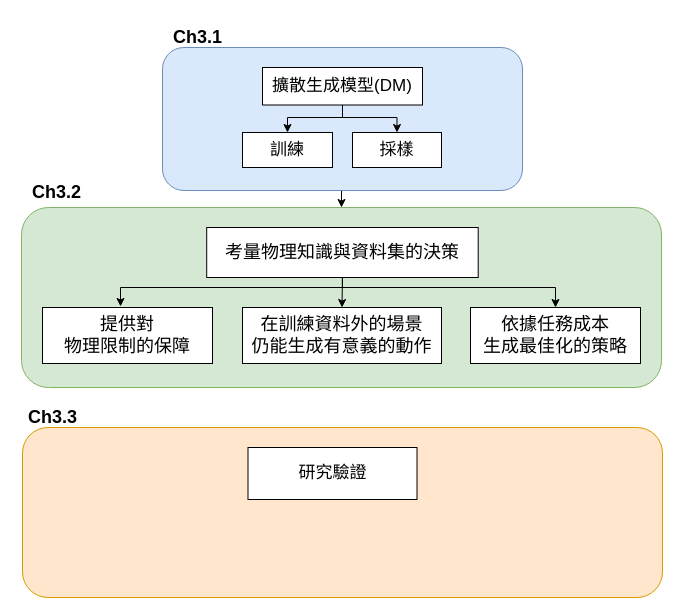
IanHuangYH/Paper_Submission_Chart keeps this draw.io diagram as Untitled Diagram.drawio. Above is the earlier version. Source tidied: cells renumbered, new cells numbered last; positions are measured from the earlier drawing's top-left corner, leaving out a move shared by most shapes. Both pictures are drawn from the tidied source at 100%, with x=0, y=0 at pixel (17, 17).
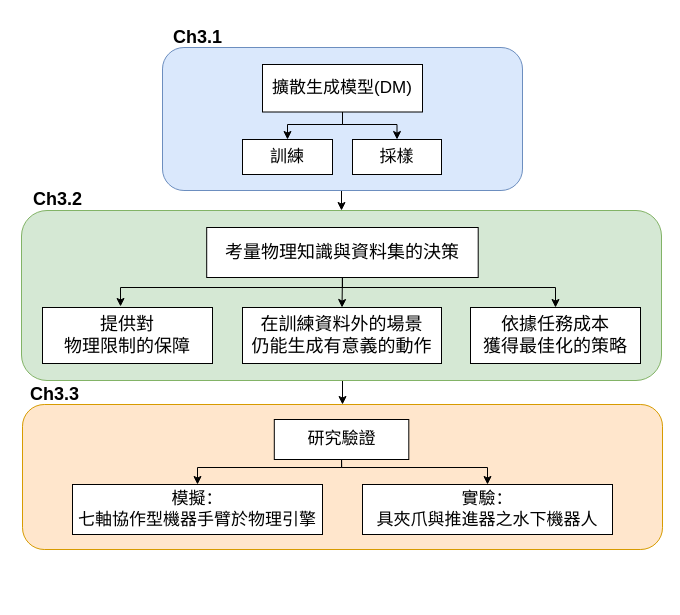
The same page after the edit.

Change to the diagram source:
```diff
@@
     <mxCell id="2" value="&lt;h3&gt;&lt;br&gt;&lt;/h3&gt;" style="rounded=1;whiteSpace=wrap;html=1;fillColor=#ffe6cc;strokeColor=#d79b00;align=left;" parent="1" vertex="1">
-      <mxGeometry x="5" y="410" width="640" height="170" as="geometry" />
+      <mxGeometry x="5" y="387" width="640" height="145" as="geometry" />
     </mxCell>
@@
     <mxCell id="5" style="edgeStyle=orthogonalEdgeStyle;rounded=0;jettySize=auto;html=1;exitX=0.5;exitY=1;exitDx=0;exitDy=0;entryX=0.5;entryY=0;entryDx=0;entryDy=0;" parent="1" edge="1" source="7" target="20">
       <mxGeometry relative="1" as="geometry">
         <Array as="points">
-          <mxPoint x="325" y="100" />
-          <mxPoint x="270" y="100" />
+          <mxPoint x="325" y="107" />
+          <mxPoint x="270" y="107" />
         </Array>
       </mxGeometry>
     </mxCell>
     <mxCell id="6" style="edgeStyle=orthogonalEdgeStyle;rounded=0;jettySize=auto;html=1;exitX=0.5;exitY=1;exitDx=0;exitDy=0;entryX=0.5;entryY=0;entryDx=0;entryDy=0;" parent="1" edge="1" source="7" target="21">
       <mxGeometry relative="1" as="geometry">
         <Array as="points">
-          <mxPoint x="325" y="100" />
-          <mxPoint x="380" y="100" />
+          <mxPoint x="325" y="107" />
+          <mxPoint x="380" y="107" />
         </Array>
       </mxGeometry>
     </mxCell>
     <mxCell id="7" value="&lt;span style=&quot;font-size: 17px;&quot;&gt;擴散生成模型(DM)&lt;/span&gt;" style="rounded=0;whiteSpace=wrap;html=1;" parent="1" vertex="1">
-      <mxGeometry x="245" y="50" width="160" height="37.5" as="geometry" />
+      <mxGeometry x="245" y="47" width="160" height="47.5" as="geometry" />
     </mxCell>
@@
     <mxCell id="11" value="&lt;b&gt;&lt;font style=&quot;font-size: 18px;&quot;&gt;Ch3.3&lt;/font&gt;&lt;/b&gt;" style="text;html=1;align=center;verticalAlign=middle;strokeColor=none;fillColor=none;" parent="1" vertex="1">
-      <mxGeometry y="380" width="70" height="40" as="geometry" />
+      <mxGeometry x="2" y="357" width="70" height="40" as="geometry" />
     </mxCell>
+    <mxCell id="24" style="edgeStyle=orthogonalEdgeStyle;rounded=0;jettySize=auto;html=1;exitX=0.5;exitY=1;exitDx=0;exitDy=0;entryX=0.5;entryY=0;entryDx=0;entryDy=0;" parent="1" edge="1" target="2">
+      <mxGeometry relative="1" as="geometry">
+        <mxPoint x="324" y="356" as="sourcePoint" />
+      </mxGeometry>
+    </mxCell>
     <mxCell id="12" style="rounded=1;whiteSpace=wrap;html=1;shadow=0;fillColor=#d5e8d4;strokeColor=#82b366;" parent="1" vertex="1">
-      <mxGeometry x="4" y="190" width="640" height="180" as="geometry" />
+      <mxGeometry x="4" y="193" width="640" height="170" as="geometry" />
     </mxCell>
@@
-    <mxCell id="15" value="&lt;span style=&quot;font-size: 18px;&quot;&gt;依據任務成本&lt;br&gt;生成最佳化的策略&lt;/span&gt;" style="rounded=0;whiteSpace=wrap;html=1;" parent="1" vertex="1">
+    <mxCell id="15" value="&lt;span style=&quot;font-size: 18px;&quot;&gt;依據任務成本&lt;br&gt;獲得最佳化的策略&lt;/span&gt;" style="rounded=0;whiteSpace=wrap;html=1;" parent="1" vertex="1">
       <mxGeometry x="453" y="290" width="170" height="56" as="geometry" />
     </mxCell>
@@
+    <mxCell id="25" style="edgeStyle=orthogonalEdgeStyle;rounded=0;jettySize=auto;html=1;exitX=0.5;exitY=1;exitDx=0;exitDy=0;entryX=0.5;entryY=0;entryDx=0;entryDy=0;" parent="1" edge="1" source="19" target="28">
+      <mxGeometry relative="1" as="geometry">
+        <Array as="points">
+          <mxPoint x="324" y="450" />
+          <mxPoint x="470" y="450" />
+        </Array>
+      </mxGeometry>
+    </mxCell>
+    <mxCell id="26" style="edgeStyle=orthogonalEdgeStyle;rounded=0;jettySize=auto;html=1;exitX=0.5;exitY=1;exitDx=0;exitDy=0;entryX=0.5;entryY=0;entryDx=0;entryDy=0;" parent="1" edge="1" source="19" target="27">
+      <mxGeometry relative="1" as="geometry">
+        <Array as="points">
+          <mxPoint x="324" y="450" />
+          <mxPoint x="180" y="450" />
+        </Array>
+      </mxGeometry>
+    </mxCell>
     <mxCell id="19" value="&lt;span style=&quot;font-size: 17px;&quot;&gt;研究驗證&lt;/span&gt;" style="rounded=0;whiteSpace=wrap;html=1;" parent="1" vertex="1">
-      <mxGeometry x="230.5" y="430" width="169" height="52" as="geometry" />
+      <mxGeometry x="256.8" y="402" width="134.5" height="40" as="geometry" />
     </mxCell>
     <mxCell id="20" value="&lt;span style=&quot;font-size: 17px;&quot;&gt;訓練&lt;/span&gt;" style="rounded=0;whiteSpace=wrap;html=1;" parent="1" vertex="1">
-      <mxGeometry x="225" y="115" width="90" height="35" as="geometry" />
+      <mxGeometry x="225" y="122" width="90" height="35" as="geometry" />
     </mxCell>
     <mxCell id="21" value="&lt;span style=&quot;font-size: 17px;&quot;&gt;採樣&lt;/span&gt;" style="rounded=0;whiteSpace=wrap;html=1;" parent="1" vertex="1">
-      <mxGeometry x="335" y="115" width="89" height="35" as="geometry" />
+      <mxGeometry x="335" y="122" width="89" height="35" as="geometry" />
     </mxCell>
     <mxCell id="22" value="&lt;b&gt;&lt;font style=&quot;font-size: 18px;&quot;&gt;Ch3.2&lt;/font&gt;&lt;/b&gt;" style="text;html=1;align=center;verticalAlign=middle;strokeColor=none;fillColor=none;" parent="1" vertex="1">
-      <mxGeometry x="4" y="155" width="70" height="40" as="geometry" />
+      <mxGeometry x="5" y="162" width="70" height="40" as="geometry" />
     </mxCell>
@@
+    <mxCell id="27" value="&lt;span style=&quot;font-size: 17px;&quot;&gt;模擬：&lt;br&gt;七軸協作型機器手臂於物理引擎&lt;/span&gt;" style="rounded=0;whiteSpace=wrap;html=1;" parent="1" vertex="1">
+      <mxGeometry x="55" y="467" width="250" height="50" as="geometry" />
+    </mxCell>
+    <mxCell id="28" value="&lt;span style=&quot;font-size: 17px;&quot;&gt;實驗：&lt;br&gt;具夾爪與推進器之水下機器人&lt;/span&gt;" style="rounded=0;whiteSpace=wrap;html=1;" parent="1" vertex="1">
+      <mxGeometry x="345" y="467" width="250" height="50" as="geometry" />
+    </mxCell>
```
